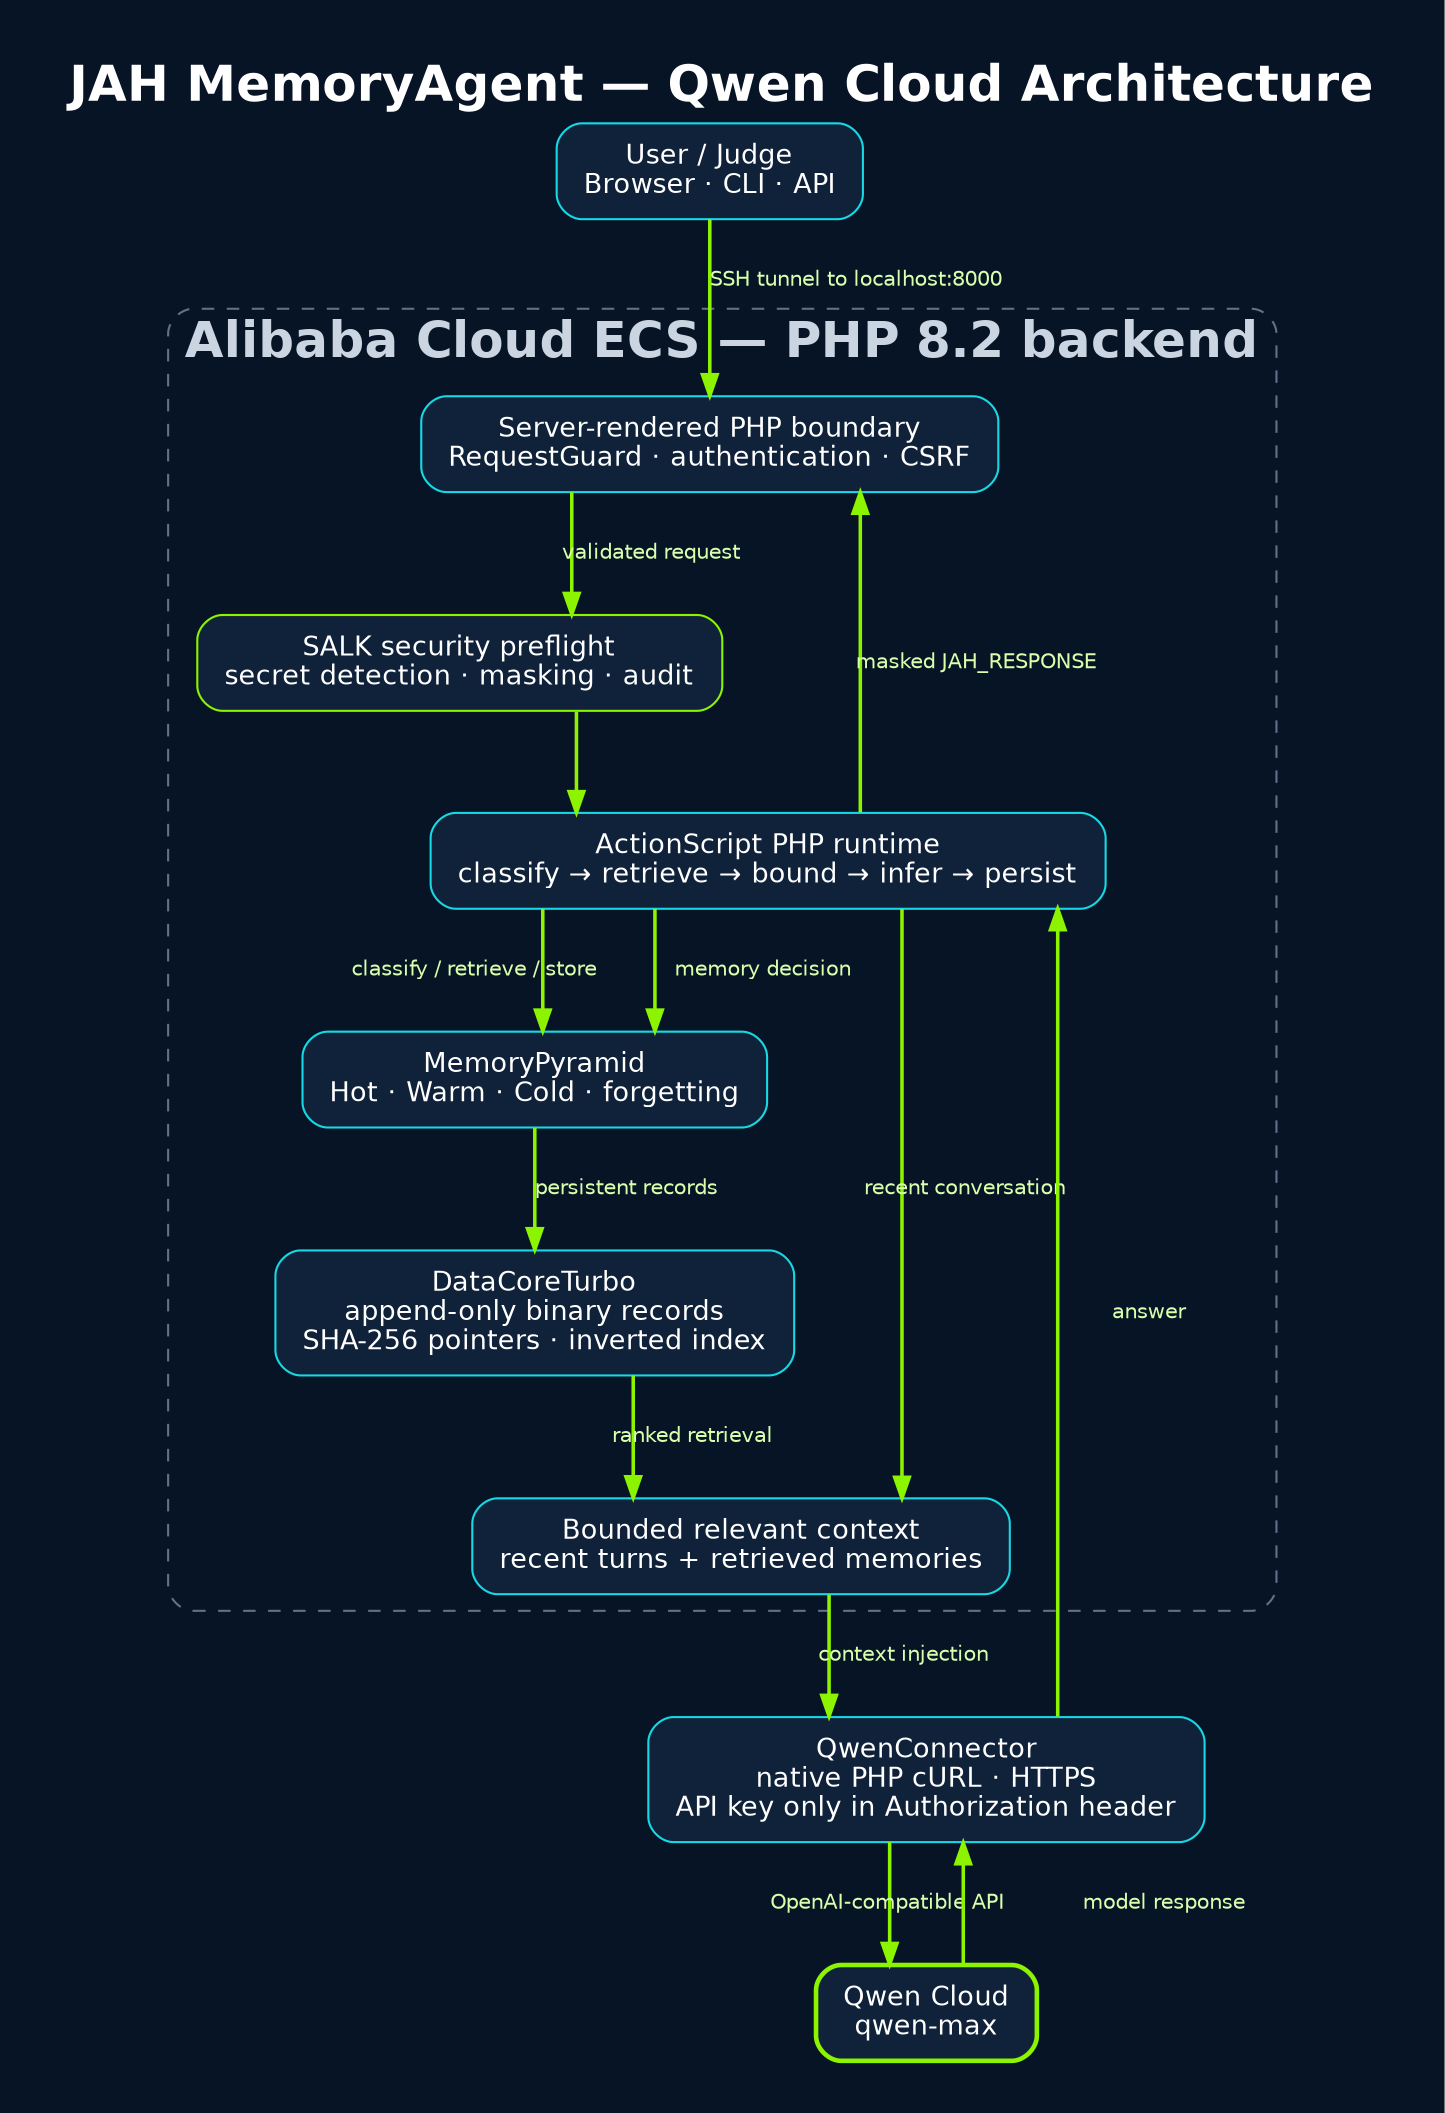
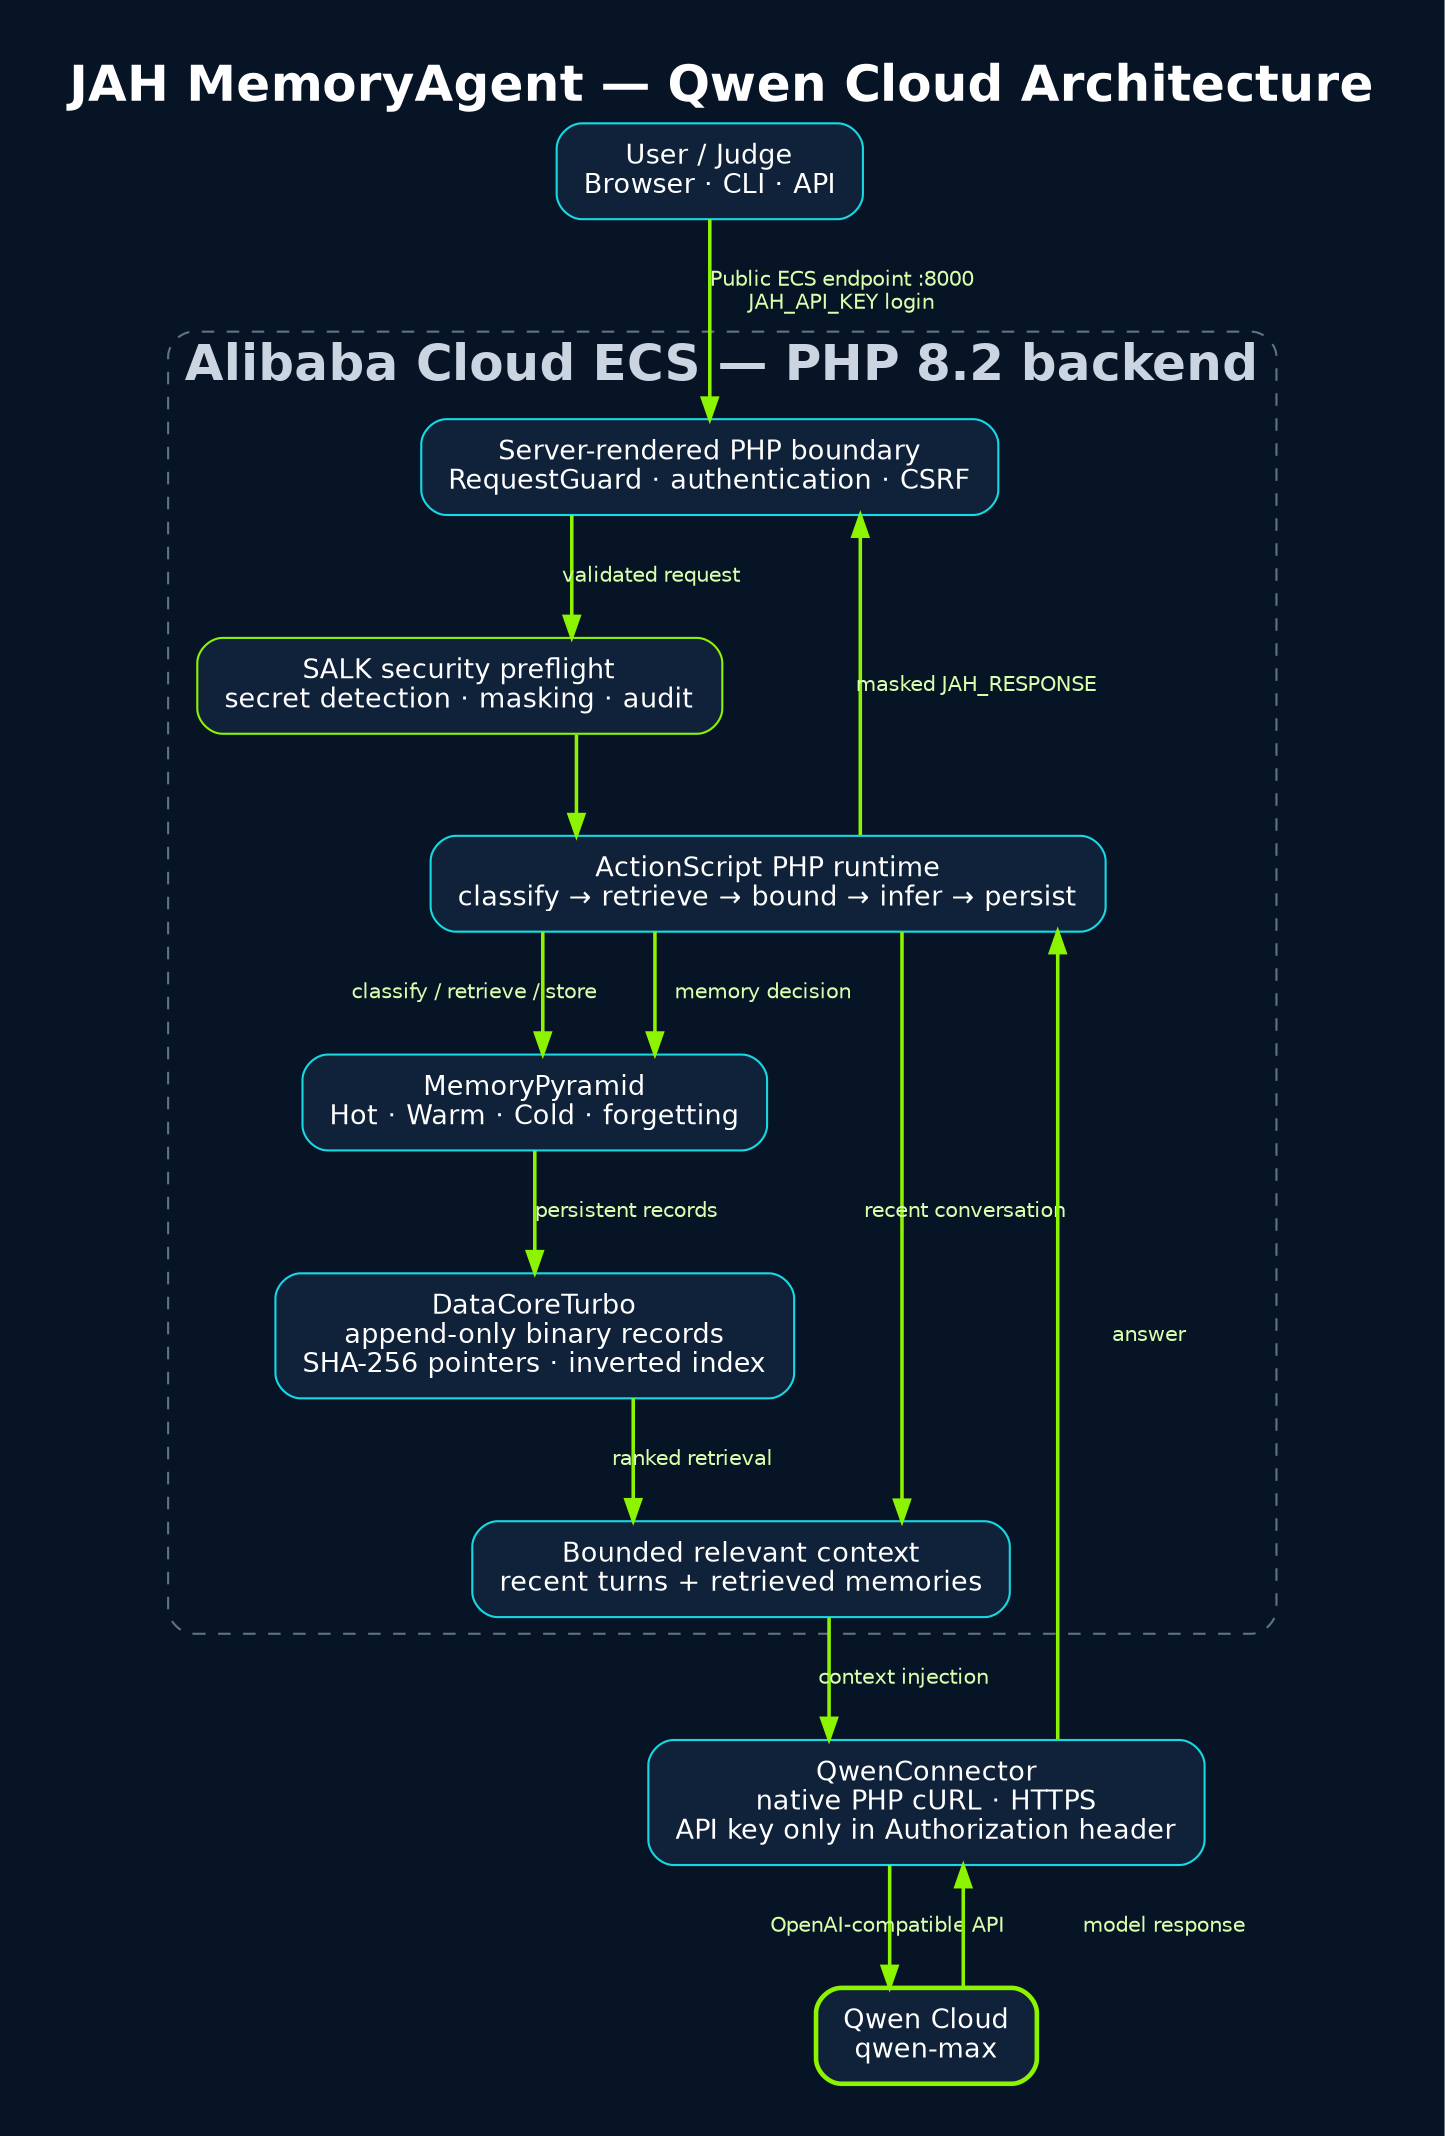
digraph JAHMemoryAgent {
  graph [
    label="JAH MemoryAgent — Qwen Cloud Architecture",
    labelloc=t,
    fontsize=24,
    fontname="DejaVu Sans Bold",
    bgcolor="#071426",
    color="#27364d",
    fontcolor="white",
    pad=0.35,
    nodesep=0.45,
    ranksep=0.65,
    splines=ortho
  ];
  node [
    shape=box,
    style="rounded,filled",
    fillcolor="#10223a",
    color="#16d9e3",
    fontcolor="white",
    fontname="DejaVu Sans",
    fontsize=13,
    margin="0.18,0.12"
  ];
  edge [color="#8cf400", fontcolor="#d9ffad", fontname="DejaVu Sans", fontsize=10, penwidth=1.7];

  user [label="User / Judge\nBrowser · CLI · API"];

  subgraph cluster_ecs {
    label="Alibaba Cloud ECS — PHP 8.2 backend";
    color="#61718a";
    fontcolor="#cbd5e1";
    style="rounded,dashed";

    boundary [label="Server-rendered PHP boundary\nRequestGuard · authentication · CSRF"];
    salk [label="SALK security preflight\nsecret detection · masking · audit", color="#8cf400"];
    runtime [label="ActionScript PHP runtime\nclassify → retrieve → bound → infer → persist"];
    pyramid [label="MemoryPyramid\nHot · Warm · Cold · forgetting"];
    datacore [label="DataCoreTurbo\nappend-only binary records\nSHA-256 pointers · inverted index"];
    context [label="Bounded relevant context\nrecent turns + retrieved memories"];
  }

  connector [label="QwenConnector\nnative PHP cURL · HTTPS\nAPI key only in Authorization header"];
  qwen [label="Qwen Cloud\nqwen-max", color="#8cf400", penwidth=2.2];

-   user -> boundary [label="SSH tunnel to localhost:8000"];
+   user -> boundary [label="Public ECS endpoint :8000\nJAH_API_KEY login"];
  boundary -> salk [label="validated request"];
  salk -> runtime;
  runtime -> pyramid [label="classify / retrieve / store"];
  pyramid -> datacore [label="persistent records"];
  datacore -> context [label="ranked retrieval"];
  runtime -> context [label="recent conversation"];
  context -> connector [label="context injection"];
  connector -> qwen [label="OpenAI-compatible API"];
  qwen -> connector [label="model response"];
  connector -> runtime [label="answer"];
  runtime -> pyramid [label="memory decision"];
  runtime -> boundary [label="masked JAH_RESPONSE"];
}
